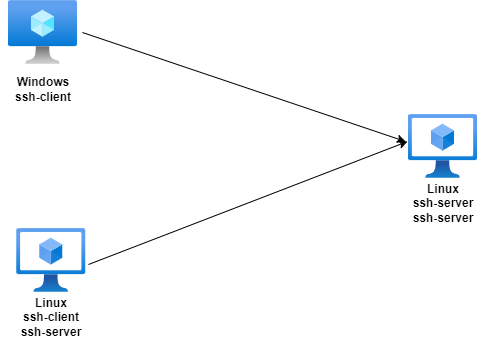
This is ssh.png from vigneshsweekaran/drawio, a draw.io export, as it was before one commit. Source tidied: cells renumbered, new cells last; positions are measured from the earlier drawing's top-left corner, leaving out a move shared by most shapes.
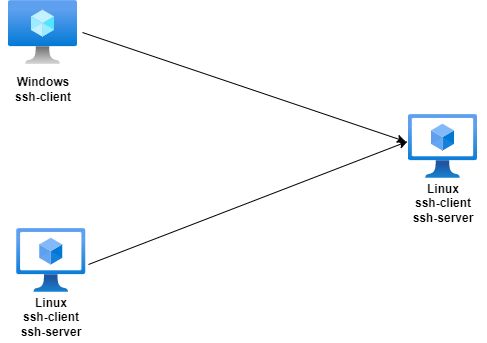
Above is the later version.

Change to the diagram source:
```diff
@@ -11,7 +11,7 @@
     <mxCell id="4" value="&lt;b&gt;Windows&lt;br&gt;ssh-client&lt;/b&gt;" style="text;html=1;strokeColor=none;fillColor=none;align=center;verticalAlign=middle;whiteSpace=wrap;rounded=0;" parent="1" vertex="1">
       <mxGeometry x="-0.2" y="64" width="85.5" height="50" as="geometry" />
     </mxCell>
-    <mxCell id="5" value="&lt;b&gt;Linux&lt;br&gt;ssh-server&lt;br&gt;ssh-server&lt;br&gt;&lt;/b&gt;" style="text;html=1;strokeColor=none;fillColor=none;align=center;verticalAlign=middle;whiteSpace=wrap;rounded=0;" parent="1" vertex="1">
+    <mxCell id="5" value="&lt;b&gt;Linux&lt;br&gt;ssh-client&lt;br&gt;ssh-server&lt;/b&gt;" style="text;html=1;strokeColor=none;fillColor=none;align=center;verticalAlign=middle;whiteSpace=wrap;rounded=0;" parent="1" vertex="1">
       <mxGeometry x="399.8" y="178" width="85.5" height="50" as="geometry" />
     </mxCell>
     <mxCell id="6" style="image;html=1;align=center;fontSize=12;image=img/lib/azure2/compute/Virtual_Machines_Classic.svg;" parent="1" vertex="1">
```
